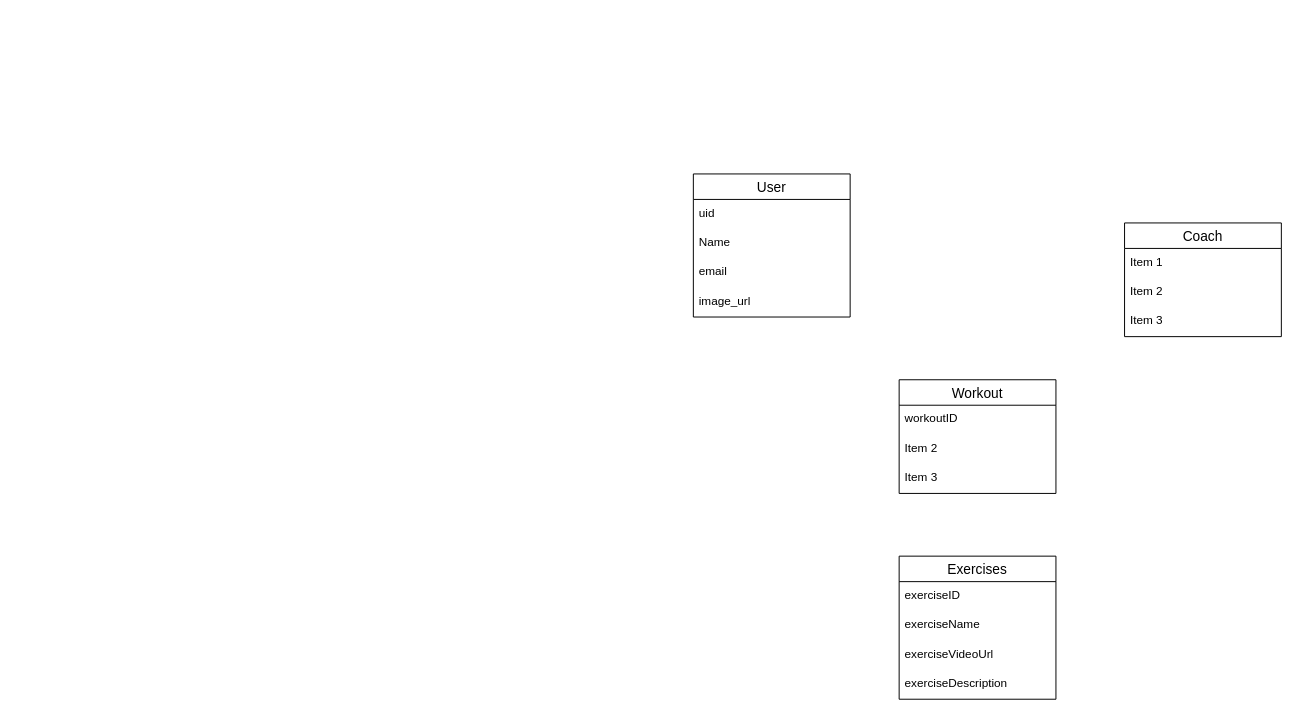
Above: riverpog_gym_app_ER.drawio in JohnnyNguyen01/riverpod-gym-app (draw.io), before the change. Source tidied: cells renumbered, new cells numbered last; positions are measured from the earlier drawing's top-left corner, leaving out a move shared by most shapes. Both pictures are drawn from the tidied source at 98%, with x=0, y=0 at pixel (693, 173).
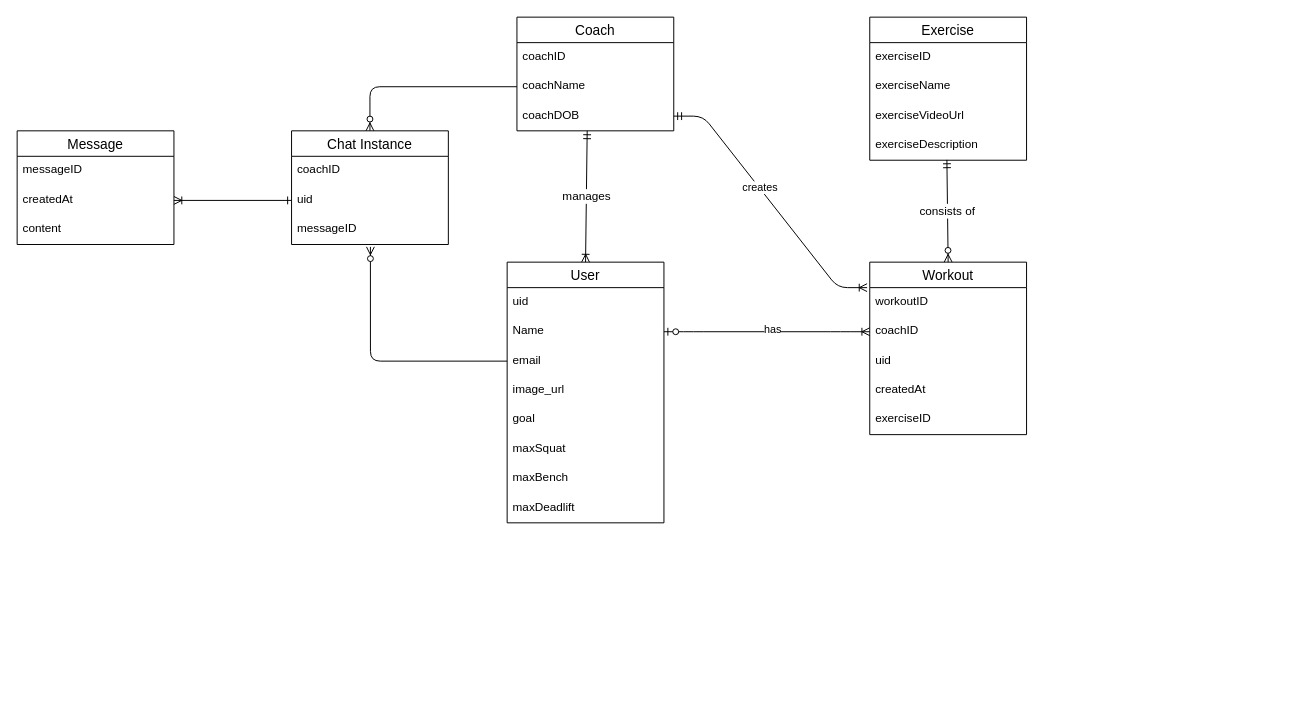
The same diagram, later.

Unchanged cells that the change refers to:
```xml
<mxCell id="4" value="Name" style="text;strokeColor=none;fillColor=none;spacingLeft=4;spacingRight=4;overflow=hidden;points=[[0,0.5],[1,0.5]];portConstraint=eastwest;fontSize=12;" parent="2" vertex="1">
  <mxGeometry y="56" width="160" height="30" as="geometry" />
</mxCell>
<mxCell id="5" value="email" style="text;strokeColor=none;fillColor=none;spacingLeft=4;spacingRight=4;overflow=hidden;points=[[0,0.5],[1,0.5]];portConstraint=eastwest;fontSize=12;" parent="2" vertex="1">
  <mxGeometry y="86" width="160" height="30" as="geometry" />
</mxCell>
<mxCell id="8" value="workoutID" style="text;strokeColor=none;fillColor=none;spacingLeft=4;spacingRight=4;overflow=hidden;points=[[0,0.5],[1,0.5]];portConstraint=eastwest;fontSize=12;" parent="7" vertex="1">
  <mxGeometry y="26" width="160" height="30" as="geometry" />
</mxCell>
<mxCell id="15" value="exerciseDescription" style="text;strokeColor=none;fillColor=none;spacingLeft=4;spacingRight=4;overflow=hidden;points=[[0,0.5],[1,0.5]];portConstraint=eastwest;fontSize=12;" parent="11" vertex="1">
  <mxGeometry y="116" width="160" height="30" as="geometry" />
</mxCell>
```

Diff of the diagram source:
```diff
@@
     <mxCell id="2" value="User" style="swimlane;fontStyle=0;horizontal=1;startSize=26;align=center;fontSize=14;" parent="1" vertex="1">
-      <mxGeometry width="160" height="146" as="geometry" />
+      <mxGeometry x="-190" y="90" width="160" height="266" as="geometry" />
     </mxCell>
@@
+    <mxCell id="20" value="goal" style="text;strokeColor=none;fillColor=none;spacingLeft=4;spacingRight=4;overflow=hidden;fontSize=12;" parent="2" vertex="1">
+      <mxGeometry y="146" width="160" height="30" as="geometry" />
+    </mxCell>
+    <mxCell id="21" value="maxSquat" style="text;strokeColor=none;fillColor=none;spacingLeft=4;spacingRight=4;overflow=hidden;fontSize=12;" parent="2" vertex="1">
+      <mxGeometry y="176" width="160" height="30" as="geometry" />
+    </mxCell>
+    <mxCell id="22" value="maxBench" style="text;strokeColor=none;fillColor=none;spacingLeft=4;spacingRight=4;overflow=hidden;fontSize=12;" parent="2" vertex="1">
+      <mxGeometry y="206" width="160" height="30" as="geometry" />
+    </mxCell>
+    <mxCell id="23" value="maxDeadlift" style="text;strokeColor=none;fillColor=none;spacingLeft=4;spacingRight=4;overflow=hidden;fontSize=12;" parent="2" vertex="1">
+      <mxGeometry y="236" width="160" height="30" as="geometry" />
+    </mxCell>
     <mxCell id="7" value="Workout" style="swimlane;fontStyle=0;horizontal=1;startSize=26;align=center;fontSize=14;" parent="1" vertex="1">
-      <mxGeometry x="210" y="210" width="160" height="116" as="geometry" />
+      <mxGeometry x="180" y="90" width="160" height="176" as="geometry" />
     </mxCell>
@@
-    <mxCell id="9" value="Item 2" style="text;strokeColor=none;fillColor=none;spacingLeft=4;spacingRight=4;overflow=hidden;points=[[0,0.5],[1,0.5]];portConstraint=eastwest;fontSize=12;" parent="7" vertex="1">
+    <mxCell id="9" value="coachID" style="text;strokeColor=none;fillColor=none;spacingLeft=4;spacingRight=4;overflow=hidden;points=[[0,0.5],[1,0.5]];portConstraint=eastwest;fontSize=12;" parent="7" vertex="1">
       <mxGeometry y="56" width="160" height="30" as="geometry" />
     </mxCell>
-    <mxCell id="10" value="Item 3" style="text;strokeColor=none;fillColor=none;spacingLeft=4;spacingRight=4;overflow=hidden;fontSize=12;" parent="7" vertex="1">
+    <mxCell id="10" value="uid" style="text;strokeColor=none;fillColor=none;spacingLeft=4;spacingRight=4;overflow=hidden;fontSize=12;" parent="7" vertex="1">
       <mxGeometry y="86" width="160" height="30" as="geometry" />
     </mxCell>
+    <mxCell id="24" value="createdAt" style="text;strokeColor=none;fillColor=none;spacingLeft=4;spacingRight=4;overflow=hidden;fontSize=12;" parent="7" vertex="1">
+      <mxGeometry y="116" width="160" height="30" as="geometry" />
+    </mxCell>
+    <mxCell id="25" value="exerciseID" style="text;strokeColor=none;fillColor=none;spacingLeft=4;spacingRight=4;overflow=hidden;fontSize=12;" parent="7" vertex="1">
+      <mxGeometry y="146" width="160" height="30" as="geometry" />
+    </mxCell>
-    <mxCell id="11" value="Exercises" style="swimlane;fontStyle=0;horizontal=1;startSize=26;align=center;fontSize=14;" parent="1" vertex="1">
-      <mxGeometry x="210" y="390" width="160" height="146" as="geometry" />
+    <mxCell id="11" value="Exercise" style="swimlane;fontStyle=0;horizontal=1;startSize=26;align=center;fontSize=14;" parent="1" vertex="1">
+      <mxGeometry x="180" y="-160" width="160" height="146" as="geometry" />
     </mxCell>
@@
     <mxCell id="16" value="Coach" style="swimlane;fontStyle=0;horizontal=1;startSize=26;align=center;fontSize=14;" parent="1" vertex="1">
-      <mxGeometry x="440" y="50" width="160" height="116" as="geometry" />
+      <mxGeometry x="-180" y="-160" width="160" height="116" as="geometry" />
     </mxCell>
-    <mxCell id="17" value="Item 1" style="text;strokeColor=none;fillColor=none;spacingLeft=4;spacingRight=4;overflow=hidden;fontSize=12;" parent="16" vertex="1">
+    <mxCell id="17" value="coachID" style="text;strokeColor=none;fillColor=none;spacingLeft=4;spacingRight=4;overflow=hidden;fontSize=12;" parent="16" vertex="1">
       <mxGeometry y="26" width="160" height="30" as="geometry" />
     </mxCell>
-    <mxCell id="18" value="Item 2" style="text;strokeColor=none;fillColor=none;spacingLeft=4;spacingRight=4;overflow=hidden;points=[[0,0.5],[1,0.5]];portConstraint=eastwest;fontSize=12;" parent="16" vertex="1">
+    <mxCell id="18" value="coachName" style="text;strokeColor=none;fillColor=none;spacingLeft=4;spacingRight=4;overflow=hidden;points=[[0,0.5],[1,0.5]];portConstraint=eastwest;fontSize=12;" parent="16" vertex="1">
       <mxGeometry y="56" width="160" height="30" as="geometry" />
     </mxCell>
-    <mxCell id="19" value="Item 3" style="text;strokeColor=none;fillColor=none;spacingLeft=4;spacingRight=4;overflow=hidden;points=[[0,0.5],[1,0.5]];portConstraint=eastwest;fontSize=12;" parent="16" vertex="1">
+    <mxCell id="19" value="coachDOB" style="text;strokeColor=none;fillColor=none;spacingLeft=4;spacingRight=4;overflow=hidden;points=[[0,0.5],[1,0.5]];portConstraint=eastwest;fontSize=12;" parent="16" vertex="1">
       <mxGeometry y="86" width="160" height="30" as="geometry" />
     </mxCell>
+    <mxCell id="26" style="edgeStyle=entityRelationEdgeStyle;fontSize=12;html=1;endArrow=ERoneToMany;startArrow=ERzeroToOne;exitX=1;exitY=0.5;exitDx=0;exitDy=0;entryX=0;entryY=0.5;entryDx=0;entryDy=0;" parent="1" edge="1" source="4" target="9">
+      <mxGeometry relative="1" as="geometry" />
+    </mxCell>
+    <mxCell id="27" value="has" style="edgeLabel;html=1;align=center;verticalAlign=middle;" parent="26" vertex="1">
+      <mxGeometry x="0.05" y="3" relative="1" as="geometry" />
+    </mxCell>
+    <mxCell id="28" value="manages" style="fontSize=12;html=1;endArrow=ERoneToMany;startArrow=ERmandOne;exitX=0.448;exitY=1;exitDx=0;exitDy=0;exitPerimeter=0;entryX=0.5;entryY=0;entryDx=0;entryDy=0;" parent="1" edge="1" source="19" target="2">
+      <mxGeometry relative="1" as="geometry" />
+    </mxCell>
+    <mxCell id="29" style="edgeStyle=entityRelationEdgeStyle;fontSize=12;html=1;endArrow=ERoneToMany;startArrow=ERmandOne;exitX=1;exitY=0.5;exitDx=0;exitDy=0;entryX=-0.017;entryY=0;entryDx=0;entryDy=0;entryPerimeter=0;" parent="1" edge="1" source="19" target="8">
+      <mxGeometry relative="1" as="geometry" />
+    </mxCell>
+    <mxCell id="30" value="creates" style="edgeLabel;html=1;align=center;verticalAlign=middle;" parent="29" vertex="1">
+      <mxGeometry x="-0.13" relative="1" as="geometry">
+        <mxPoint y="-1" as="offset" />
+      </mxGeometry>
+    </mxCell>
+    <mxCell id="31" value="consists of" style="fontSize=12;html=1;endArrow=ERzeroToMany;startArrow=ERmandOne;exitX=0.492;exitY=0.987;exitDx=0;exitDy=0;exitPerimeter=0;entryX=0.5;entryY=0;entryDx=0;entryDy=0;" parent="1" edge="1" source="15" target="7">
+      <mxGeometry relative="1" as="geometry" />
+    </mxCell>
+    <mxCell id="32" value="Message" style="swimlane;fontStyle=0;horizontal=1;startSize=26;align=center;fontSize=14;" parent="1" vertex="1">
+      <mxGeometry x="-690" y="-44" width="160" height="116" as="geometry" />
+    </mxCell>
+    <mxCell id="33" value="messageID" style="text;strokeColor=none;fillColor=none;spacingLeft=4;spacingRight=4;overflow=hidden;fontSize=12;" parent="32" vertex="1">
+      <mxGeometry y="26" width="160" height="30" as="geometry" />
+    </mxCell>
+    <mxCell id="34" value="createdAt" style="text;strokeColor=none;fillColor=none;spacingLeft=4;spacingRight=4;overflow=hidden;points=[[0,0.5],[1,0.5]];portConstraint=eastwest;fontSize=12;" parent="32" vertex="1">
+      <mxGeometry y="56" width="160" height="30" as="geometry" />
+    </mxCell>
+    <mxCell id="35" value="content" style="text;strokeColor=none;fillColor=none;spacingLeft=4;spacingRight=4;overflow=hidden;fontSize=12;" parent="32" vertex="1">
+      <mxGeometry y="86" width="160" height="30" as="geometry" />
+    </mxCell>
+    <mxCell id="36" value="Chat Instance" style="swimlane;fontStyle=0;horizontal=1;startSize=26;align=center;fontSize=14;" parent="1" vertex="1">
+      <mxGeometry x="-410" y="-44" width="160" height="116" as="geometry" />
+    </mxCell>
+    <mxCell id="37" value="coachID" style="text;strokeColor=none;fillColor=none;spacingLeft=4;spacingRight=4;overflow=hidden;fontSize=12;" parent="36" vertex="1">
+      <mxGeometry y="26" width="160" height="30" as="geometry" />
+    </mxCell>
+    <mxCell id="38" value="uid" style="text;strokeColor=none;fillColor=none;spacingLeft=4;spacingRight=4;overflow=hidden;points=[[0,0.5],[1,0.5]];portConstraint=eastwest;fontSize=12;" parent="36" vertex="1">
+      <mxGeometry y="56" width="160" height="30" as="geometry" />
+    </mxCell>
+    <mxCell id="39" value="messageID" style="text;strokeColor=none;fillColor=none;spacingLeft=4;spacingRight=4;overflow=hidden;points=[[0,0.5],[1,0.5]];portConstraint=eastwest;fontSize=12;" parent="36" vertex="1">
+      <mxGeometry y="86" width="160" height="30" as="geometry" />
+    </mxCell>
+    <mxCell id="40" style="edgeStyle=orthogonalEdgeStyle;fontSize=12;html=1;endArrow=ERzeroToMany;exitX=0;exitY=0.5;exitDx=0;exitDy=0;entryX=0.5;entryY=0;entryDx=0;entryDy=0;endFill=1;" parent="1" edge="1" source="18" target="36">
+      <mxGeometry relative="1" as="geometry" />
+    </mxCell>
+    <mxCell id="41" style="edgeStyle=orthogonalEdgeStyle;fontSize=12;html=1;endArrow=ERzeroToMany;endFill=1;exitX=0;exitY=0.5;exitDx=0;exitDy=0;entryX=0.503;entryY=1.08;entryDx=0;entryDy=0;entryPerimeter=0;" parent="1" edge="1" source="5" target="39">
+      <mxGeometry relative="1" as="geometry">
+        <Array as="points">
+          <mxPoint x="-329" y="191" />
+        </Array>
+      </mxGeometry>
+    </mxCell>
+    <mxCell id="42" style="fontSize=12;html=1;endArrow=ERoneToMany;endFill=0;exitX=0;exitY=0.5;exitDx=0;exitDy=0;entryX=1;entryY=0.5;entryDx=0;entryDy=0;startArrow=ERone;startFill=0;" parent="1" edge="1" source="38" target="34">
+      <mxGeometry relative="1" as="geometry" />
+    </mxCell>
```
